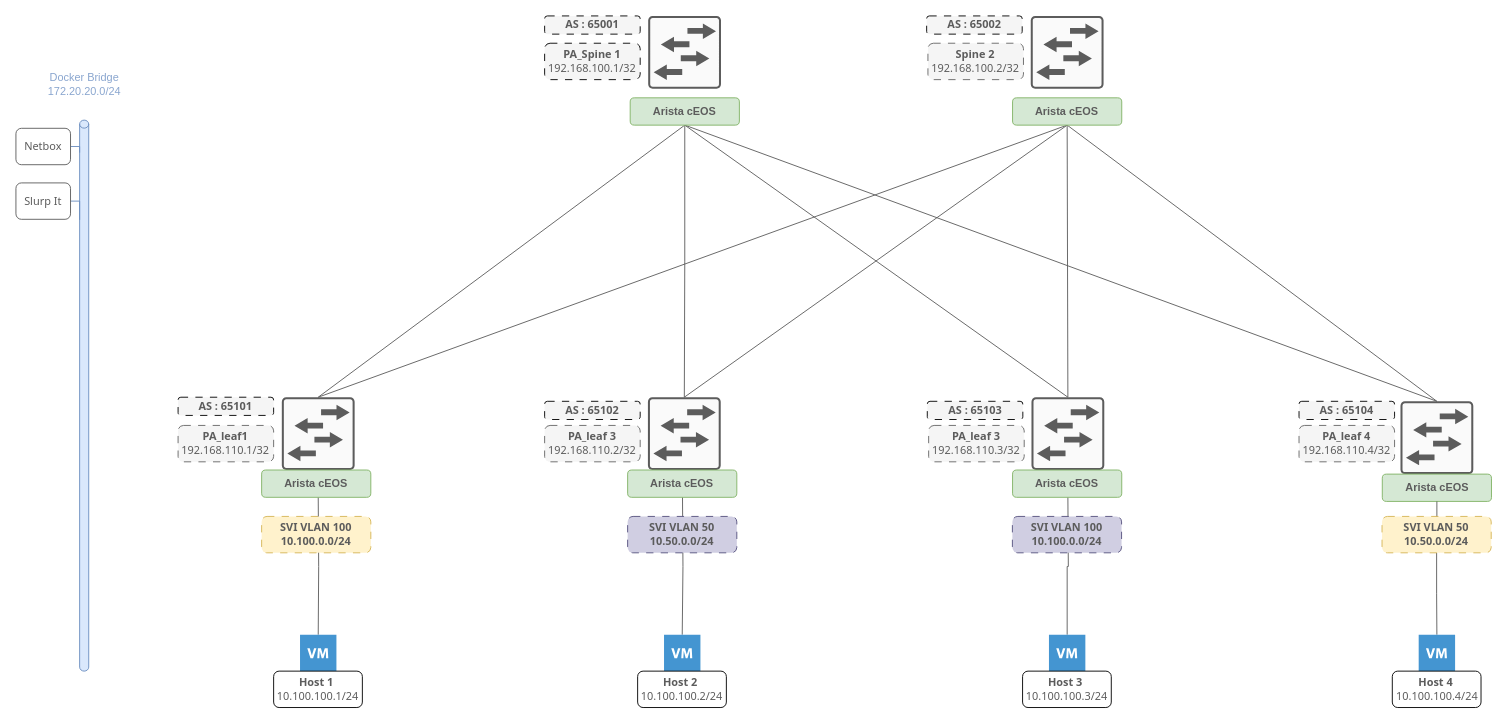
Above: documentation/assets/images/diagrams/VXLAN.drawio in MasqAs/projet-vxlan-automation (draw.io), before the change. Source tidied: cells renumbered, new cells numbered last; positions are measured from the earlier drawing's top-left corner, leaving out a move shared by most shapes. Both pictures are drawn from the tidied source at 91%, with x=0, y=0 at pixel (15, 15).
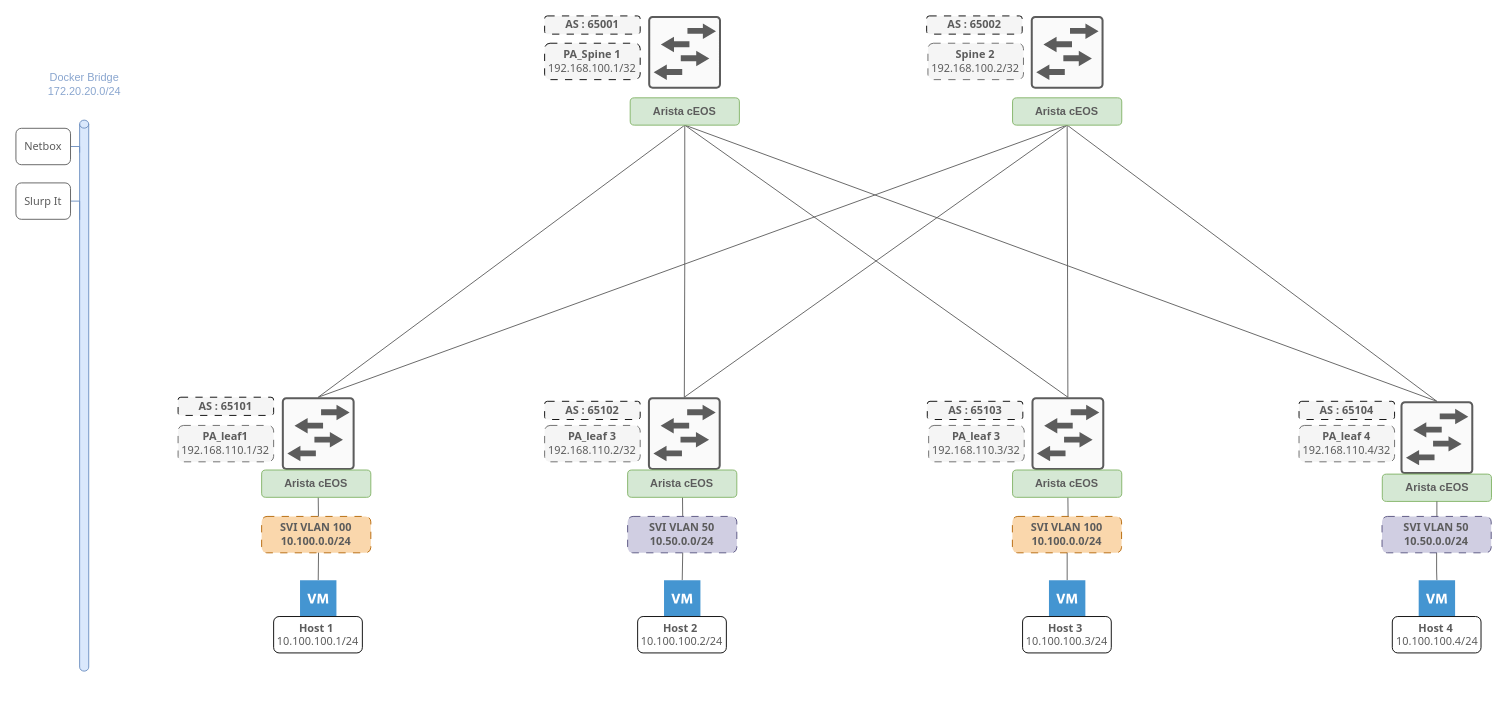
The same diagram, later.

What changed in the source:
```diff
@@
     <mxCell id="24" style="shadow=0;dashed=0;html=1;strokeColor=none;fillColor=#4495D1;labelPosition=center;verticalLabelPosition=bottom;verticalAlign=top;align=center;outlineConnect=0;shape=mxgraph.veeam.2d.virtual_machine;" parent="1" vertex="1">
-      <mxGeometry x="312.2" y="680" width="40" height="40" as="geometry" />
+      <mxGeometry x="312.2" y="620" width="40" height="40" as="geometry" />
     </mxCell>
@@
     <mxCell id="27" style="shadow=0;dashed=0;html=1;strokeColor=none;fillColor=#4495D1;labelPosition=center;verticalLabelPosition=bottom;verticalAlign=top;align=center;outlineConnect=0;shape=mxgraph.veeam.2d.virtual_machine;" parent="1" vertex="1">
-      <mxGeometry x="712.2" y="680" width="40" height="40" as="geometry" />
+      <mxGeometry x="712.2" y="620" width="40" height="40" as="geometry" />
     </mxCell>
     <mxCell id="28" style="shadow=0;dashed=0;html=1;strokeColor=none;fillColor=#4495D1;labelPosition=center;verticalLabelPosition=bottom;verticalAlign=top;align=center;outlineConnect=0;shape=mxgraph.veeam.2d.virtual_machine;" parent="1" vertex="1">
-      <mxGeometry x="1135.2" y="680" width="40" height="40" as="geometry" />
+      <mxGeometry x="1135.2" y="620" width="40" height="40" as="geometry" />
     </mxCell>
     <mxCell id="29" style="shadow=0;dashed=0;html=1;strokeColor=none;fillColor=#4495D1;labelPosition=center;verticalLabelPosition=bottom;verticalAlign=top;align=center;outlineConnect=0;shape=mxgraph.veeam.2d.virtual_machine;" parent="1" vertex="1">
-      <mxGeometry x="1541.5" y="680" width="40" height="40" as="geometry" />
+      <mxGeometry x="1541.5" y="620" width="40" height="40" as="geometry" />
     </mxCell>
     <mxCell id="30" value="&lt;div style=&quot;&quot;&gt;&lt;font face=&quot;Tahoma&quot; color=&quot;#5c5c5c&quot;&gt;&lt;b&gt;Host 1&amp;nbsp;&lt;/b&gt;&lt;/font&gt;&lt;/div&gt;&lt;div style=&quot;&quot;&gt;&lt;font face=&quot;Tahoma&quot; color=&quot;#5c5c5c&quot;&gt;10.100.100.1/24&lt;/font&gt;&lt;/div&gt;" style="rounded=1;whiteSpace=wrap;html=1;align=center;" parent="1" vertex="1">
-      <mxGeometry x="283.2" y="720" width="97.5" height="40" as="geometry" />
+      <mxGeometry x="283.2" y="660" width="97.5" height="40" as="geometry" />
     </mxCell>
     <mxCell id="31" value="&lt;div style=&quot;&quot;&gt;&lt;font face=&quot;Tahoma&quot; color=&quot;#5c5c5c&quot;&gt;&lt;b&gt;Host 2&amp;nbsp;&lt;/b&gt;&lt;/font&gt;&lt;/div&gt;&lt;div style=&quot;&quot;&gt;&lt;font face=&quot;Tahoma&quot; color=&quot;#5c5c5c&quot;&gt;10.100.100.2/24&lt;/font&gt;&lt;/div&gt;" style="rounded=1;whiteSpace=wrap;html=1;align=center;" parent="1" vertex="1">
-      <mxGeometry x="683.2" y="720" width="97.5" height="40" as="geometry" />
+      <mxGeometry x="683.2" y="660" width="97.5" height="40" as="geometry" />
     </mxCell>
     <mxCell id="32" value="&lt;div style=&quot;&quot;&gt;&lt;font face=&quot;Tahoma&quot; color=&quot;#5c5c5c&quot;&gt;&lt;b&gt;Host 3&amp;nbsp;&lt;/b&gt;&lt;/font&gt;&lt;/div&gt;&lt;div style=&quot;&quot;&gt;&lt;font face=&quot;Tahoma&quot; color=&quot;#5c5c5c&quot;&gt;10.100.100.3/24&lt;/font&gt;&lt;/div&gt;" style="rounded=1;whiteSpace=wrap;html=1;align=center;" parent="1" vertex="1">
-      <mxGeometry x="1106.2" y="720" width="97.5" height="40" as="geometry" />
+      <mxGeometry x="1106.2" y="660" width="97.5" height="40" as="geometry" />
     </mxCell>
     <mxCell id="33" value="&lt;div style=&quot;&quot;&gt;&lt;font face=&quot;Tahoma&quot; color=&quot;#5c5c5c&quot;&gt;&lt;b&gt;Host 4&amp;nbsp;&lt;/b&gt;&lt;/font&gt;&lt;/div&gt;&lt;div style=&quot;&quot;&gt;&lt;font face=&quot;Tahoma&quot; color=&quot;#5c5c5c&quot;&gt;10.100.100.4/24&lt;/font&gt;&lt;/div&gt;" style="rounded=1;whiteSpace=wrap;html=1;align=center;" parent="1" vertex="1">
-      <mxGeometry x="1512.5" y="720" width="97.5" height="40" as="geometry" />
+      <mxGeometry x="1512.5" y="660" width="97.5" height="40" as="geometry" />
     </mxCell>
@@
-    <mxCell id="53" value="&lt;div style=&quot;&quot;&gt;&lt;font face=&quot;Tahoma&quot; color=&quot;#5c5c5c&quot;&gt;&lt;b&gt;SVI VLAN 50&lt;br&gt;10.50.0.0/24&lt;/b&gt;&lt;/font&gt;&lt;/div&gt;" style="rounded=1;whiteSpace=wrap;html=1;align=center;fillColor=#fff2cc;strokeColor=#d6b656;dashed=1;dashPattern=8 8;" parent="1" vertex="1">
+    <mxCell id="53" value="&lt;div style=&quot;&quot;&gt;&lt;font face=&quot;Tahoma&quot; color=&quot;#5c5c5c&quot;&gt;&lt;b&gt;SVI VLAN 50&lt;br&gt;10.50.0.0/24&lt;/b&gt;&lt;/font&gt;&lt;/div&gt;" style="rounded=1;whiteSpace=wrap;html=1;align=center;fillColor=#d0cee2;strokeColor=#56517e;dashed=1;dashPattern=8 8;" parent="1" vertex="1">
       <mxGeometry x="1501.2" y="550" width="120" height="40" as="geometry" />
     </mxCell>
-    <mxCell id="54" value="&lt;div style=&quot;&quot;&gt;&lt;font face=&quot;Tahoma&quot; color=&quot;#5c5c5c&quot;&gt;&lt;b&gt;SVI VLAN 100&lt;br&gt;10.100.0.0/24&lt;/b&gt;&lt;/font&gt;&lt;/div&gt;" style="rounded=1;whiteSpace=wrap;html=1;align=center;fillColor=#d0cee2;strokeColor=#56517e;dashed=1;dashPattern=8 8;" parent="1" vertex="1">
+    <mxCell id="54" value="&lt;div style=&quot;&quot;&gt;&lt;font face=&quot;Tahoma&quot; color=&quot;#5c5c5c&quot;&gt;&lt;b&gt;SVI VLAN 100&lt;br&gt;10.100.0.0/24&lt;/b&gt;&lt;/font&gt;&lt;/div&gt;" style="rounded=1;whiteSpace=wrap;html=1;align=center;fillColor=#fad7ac;strokeColor=#b46504;dashed=1;dashPattern=8 8;" parent="1" vertex="1">
       <mxGeometry x="1095" y="550" width="120" height="40" as="geometry" />
     </mxCell>
-    <mxCell id="55" value="&lt;div style=&quot;&quot;&gt;&lt;font face=&quot;Tahoma&quot; color=&quot;#5c5c5c&quot;&gt;&lt;b&gt;SVI VLAN 100&lt;br&gt;10.100.0.0/24&lt;/b&gt;&lt;/font&gt;&lt;/div&gt;" style="rounded=1;whiteSpace=wrap;html=1;align=center;fillColor=#fff2cc;strokeColor=#d6b656;dashed=1;dashPattern=8 8;" parent="1" vertex="1">
+    <mxCell id="55" value="&lt;div style=&quot;&quot;&gt;&lt;font face=&quot;Tahoma&quot; color=&quot;#5c5c5c&quot;&gt;&lt;b&gt;SVI VLAN 100&lt;br&gt;10.100.0.0/24&lt;/b&gt;&lt;/font&gt;&lt;/div&gt;" style="rounded=1;whiteSpace=wrap;html=1;align=center;fillColor=#fad7ac;strokeColor=#b46504;dashed=1;dashPattern=8 8;" parent="1" vertex="1">
       <mxGeometry x="270" y="550" width="120" height="40" as="geometry" />
     </mxCell>
```
